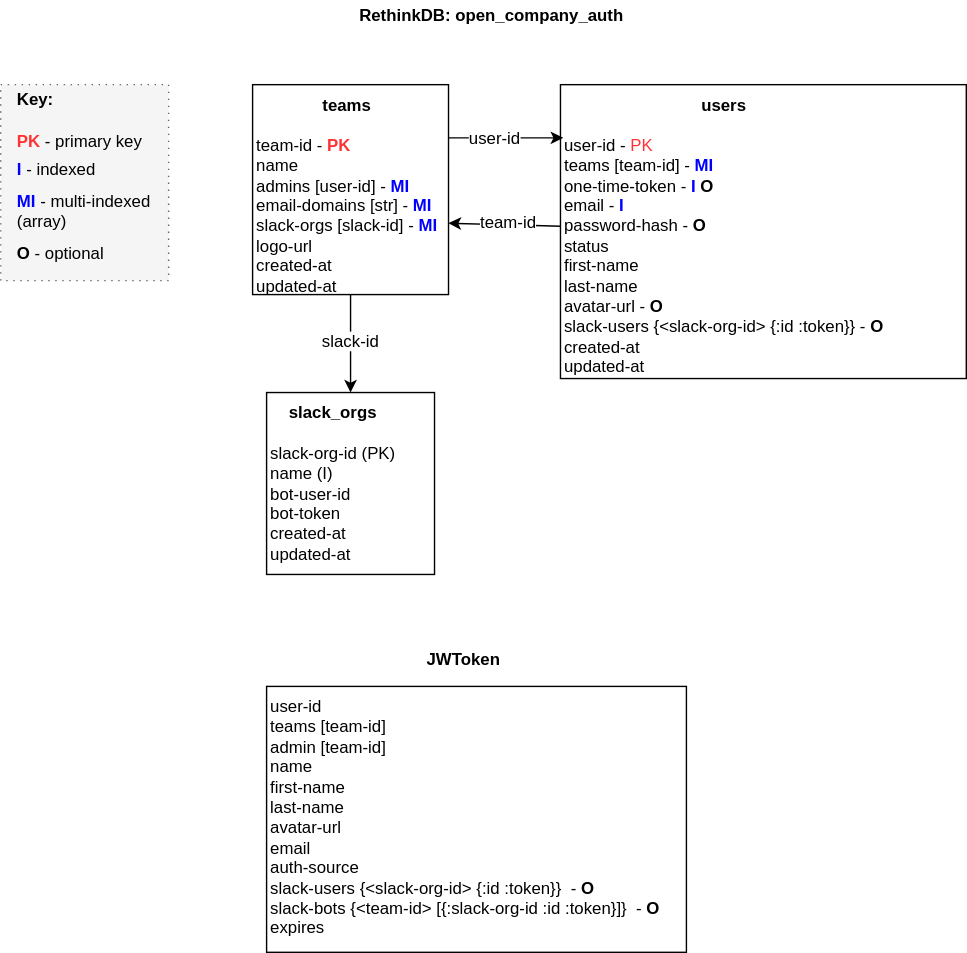
The draw.io diagram docs/OC-Auth-Schema.svg in open-company/open-company-auth, before a commit. Source tidied: cells renumbered, new cells last; positions are measured from the earlier drawing's top-left corner, leaving out a move shared by most shapes.
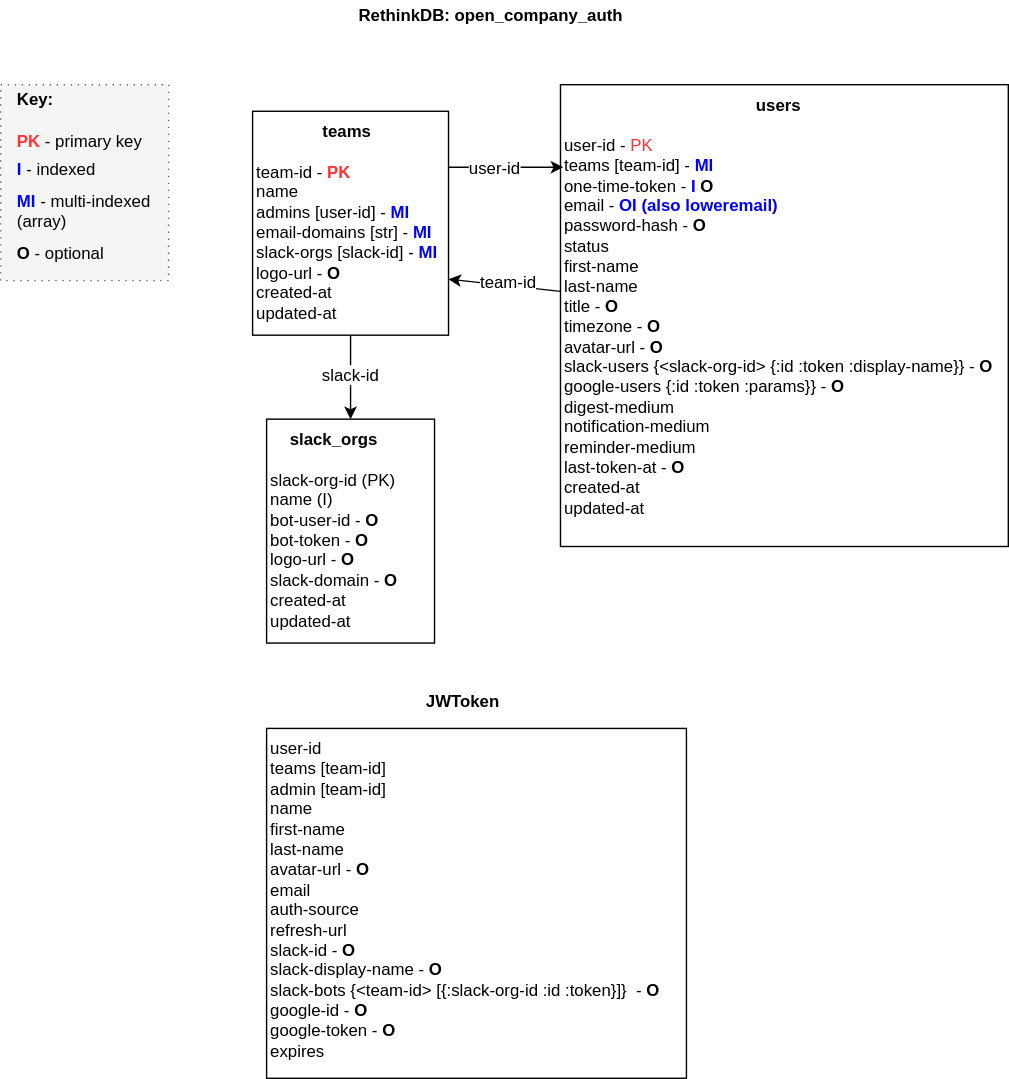
Later version of the same file.

Commit message:
Adjusted user settings.

What changed in the source:
```diff
@@ -5,11 +5,11 @@
     <mxCell id="2" style="whiteSpace=wrap;html=1;fontSize=12;fontColor=#000000;align=left;fillColor=#f5f5f5;strokeColor=#666666;dashed=1;dashPattern=1 4;" parent="1" vertex="1">
       <mxGeometry y="60" width="120" height="140" as="geometry" />
     </mxCell>
-    <mxCell id="3" value="&lt;div style=&quot;text-align: center&quot;&gt;&lt;font color=&quot;#000000&quot;&gt;&lt;b&gt;teams&lt;/b&gt;&lt;/font&gt;&lt;/div&gt;&lt;div&gt;&lt;font color=&quot;#000000&quot;&gt;&lt;br&gt;&lt;/font&gt;&lt;/div&gt;&lt;div&gt;&lt;font color=&quot;#000000&quot;&gt;team-id -&amp;nbsp;&lt;/font&gt;&lt;font color=&quot;#ff3333&quot;&gt;&lt;b&gt;PK&lt;/b&gt;&lt;/font&gt;&lt;/div&gt;&lt;div&gt;&lt;font color=&quot;#000000&quot;&gt;name&lt;/font&gt;&lt;/div&gt;&lt;div&gt;&lt;font color=&quot;#000000&quot;&gt;admins [user-id] -&amp;nbsp;&lt;/font&gt;&lt;font color=&quot;#0000ff&quot;&gt;&lt;b&gt;MI&lt;/b&gt;&lt;/font&gt;&lt;/div&gt;&lt;div&gt;email-domains [str] - &lt;b&gt;&lt;font color=&quot;#0000ff&quot;&gt;MI&lt;/font&gt;&lt;/b&gt;&lt;/div&gt;&lt;div&gt;slack-orgs [slack-id] - &lt;b&gt;&lt;font color=&quot;#0000ff&quot;&gt;MI&lt;/font&gt;&lt;/b&gt;&lt;/div&gt;&lt;div&gt;&lt;font color=&quot;#000000&quot;&gt;logo-url&lt;/font&gt;&lt;/div&gt;&lt;div&gt;&lt;font color=&quot;#000000&quot;&gt;created-at&lt;/font&gt;&lt;/div&gt;&lt;div&gt;&lt;font color=&quot;#000000&quot;&gt;updated-at&lt;/font&gt;&lt;/div&gt;" style="whiteSpace=wrap;html=1;fontSize=12;fontColor=#000000;align=left;verticalAlign=top;" parent="1" vertex="1">
-      <mxGeometry x="180" y="60" width="140" height="150" as="geometry" />
+    <mxCell id="3" value="&lt;div style=&quot;text-align: center&quot;&gt;&lt;font color=&quot;#000000&quot;&gt;&lt;b&gt;teams&lt;/b&gt;&lt;/font&gt;&lt;/div&gt;&lt;div&gt;&lt;font color=&quot;#000000&quot;&gt;&lt;br&gt;&lt;/font&gt;&lt;/div&gt;&lt;div&gt;&lt;font color=&quot;#000000&quot;&gt;team-id -&amp;nbsp;&lt;/font&gt;&lt;font color=&quot;#ff3333&quot;&gt;&lt;b&gt;PK&lt;/b&gt;&lt;/font&gt;&lt;/div&gt;&lt;div&gt;&lt;font color=&quot;#000000&quot;&gt;name&lt;/font&gt;&lt;/div&gt;&lt;div&gt;&lt;font color=&quot;#000000&quot;&gt;admins [user-id] -&amp;nbsp;&lt;/font&gt;&lt;font color=&quot;#0000ff&quot;&gt;&lt;b&gt;MI&lt;/b&gt;&lt;/font&gt;&lt;/div&gt;&lt;div&gt;email-domains [str] - &lt;b&gt;&lt;font color=&quot;#0000ff&quot;&gt;MI&lt;/font&gt;&lt;/b&gt;&lt;/div&gt;&lt;div&gt;slack-orgs [slack-id] - &lt;b&gt;&lt;font color=&quot;#0000ff&quot;&gt;MI&lt;/font&gt;&lt;/b&gt;&lt;/div&gt;&lt;div&gt;&lt;font color=&quot;#000000&quot;&gt;logo-url - &lt;b&gt;O&lt;/b&gt;&lt;br&gt;&lt;/font&gt;&lt;/div&gt;&lt;div&gt;&lt;font color=&quot;#000000&quot;&gt;created-at&lt;/font&gt;&lt;/div&gt;&lt;div&gt;&lt;font color=&quot;#000000&quot;&gt;updated-at&lt;/font&gt;&lt;/div&gt;" style="whiteSpace=wrap;html=1;fontSize=12;fontColor=#000000;align=left;verticalAlign=top;" parent="1" vertex="1">
+      <mxGeometry x="180" y="79" width="140" height="160" as="geometry" />
     </mxCell>
-    <mxCell id="4" value="&lt;div style=&quot;text-align: center&quot;&gt;&lt;div style=&quot;text-align: center&quot;&gt;&lt;b&gt;users&lt;/b&gt;&lt;/div&gt;&lt;div style=&quot;text-align: left&quot;&gt;&lt;br&gt;&lt;/div&gt;&lt;div style=&quot;text-align: left&quot;&gt;user-id - &lt;font color=&quot;#ff3333&quot;&gt;PK&lt;/font&gt;&lt;/div&gt;&lt;div style=&quot;text-align: left&quot;&gt;teams [team-id] - &lt;font color=&quot;#0000ff&quot;&gt;&lt;b&gt;MI&lt;/b&gt;&lt;/font&gt;&lt;/div&gt;&lt;div style=&quot;text-align: left&quot;&gt;one-time-token - &lt;font color=&quot;#0000ff&quot;&gt;&lt;b&gt;I&lt;/b&gt;&lt;/font&gt; &lt;b&gt;O&lt;/b&gt;&lt;/div&gt;&lt;div style=&quot;text-align: left&quot;&gt;email - &lt;b&gt;&lt;font color=&quot;#0000ff&quot;&gt;I&lt;/font&gt;&lt;/b&gt;&lt;/div&gt;&lt;div style=&quot;text-align: left&quot;&gt;password-hash -&amp;nbsp;&lt;b&gt;O&lt;/b&gt;&lt;/div&gt;&lt;div style=&quot;text-align: left&quot;&gt;status&lt;/div&gt;&lt;div style=&quot;text-align: left&quot;&gt;first-name&lt;/div&gt;&lt;div style=&quot;text-align: left&quot;&gt;last-name&lt;/div&gt;&lt;div style=&quot;text-align: left&quot;&gt;avatar-url - &lt;b&gt;O&lt;/b&gt;&lt;/div&gt;&lt;div style=&quot;text-align: left&quot;&gt;slack-users {&amp;lt;slack-org-id&amp;gt; {:id :token}}&lt;span&gt;&amp;nbsp;-&amp;nbsp;&lt;/span&gt;&lt;b&gt;O&lt;/b&gt;&lt;/div&gt;&lt;div style=&quot;text-align: left&quot;&gt;created-at&lt;/div&gt;&lt;div style=&quot;text-align: left&quot;&gt;updated-at&lt;/div&gt;&lt;/div&gt;" style="whiteSpace=wrap;html=1;fontSize=12;fontColor=#000000;align=left;verticalAlign=top;" parent="1" vertex="1">
-      <mxGeometry x="400" y="60" width="290" height="210" as="geometry" />
+    <mxCell id="4" value="&lt;div style=&quot;text-align: center&quot;&gt;&lt;div style=&quot;text-align: center&quot;&gt;&lt;b&gt;users&lt;/b&gt;&lt;/div&gt;&lt;div style=&quot;text-align: left&quot;&gt;&lt;br&gt;&lt;/div&gt;&lt;div style=&quot;text-align: left&quot;&gt;user-id - &lt;font color=&quot;#ff3333&quot;&gt;PK&lt;/font&gt;&lt;/div&gt;&lt;div style=&quot;text-align: left&quot;&gt;teams [team-id] - &lt;font color=&quot;#0000ff&quot;&gt;&lt;b&gt;MI&lt;/b&gt;&lt;/font&gt;&lt;/div&gt;&lt;div style=&quot;text-align: left&quot;&gt;one-time-token - &lt;font color=&quot;#0000ff&quot;&gt;&lt;b&gt;I&lt;/b&gt;&lt;/font&gt; &lt;b&gt;O&lt;/b&gt;&lt;/div&gt;&lt;div style=&quot;text-align: left&quot;&gt;email - &lt;b&gt;&lt;font color=&quot;#0000ff&quot;&gt;OI (also loweremail)&lt;br&gt;&lt;/font&gt;&lt;/b&gt;&lt;/div&gt;&lt;div style=&quot;text-align: left&quot;&gt;password-hash -&amp;nbsp;&lt;b&gt;O&lt;/b&gt;&lt;/div&gt;&lt;div style=&quot;text-align: left&quot;&gt;status&lt;/div&gt;&lt;div style=&quot;text-align: left&quot;&gt;first-name&lt;/div&gt;&lt;div style=&quot;text-align: left&quot;&gt;last-name&lt;/div&gt;&lt;div style=&quot;text-align: left&quot;&gt;title - &lt;b&gt;O&lt;/b&gt;&lt;br&gt;&lt;/div&gt;&lt;div style=&quot;text-align: left&quot;&gt;timezone - &lt;b&gt;O&lt;/b&gt;&lt;br&gt;&lt;/div&gt;&lt;div style=&quot;text-align: left&quot;&gt;avatar-url - &lt;b&gt;O&lt;/b&gt;&lt;/div&gt;&lt;div style=&quot;text-align: left&quot;&gt;slack-users {&amp;lt;slack-org-id&amp;gt; {:id :token :display-name}}&lt;span&gt;&amp;nbsp;-&amp;nbsp;&lt;/span&gt;&lt;b&gt;O&lt;/b&gt;&lt;/div&gt;&lt;div style=&quot;text-align: left&quot;&gt;&lt;div&gt;google-users {:id :token :params}}&lt;span&gt;&amp;nbsp;-&amp;nbsp;&lt;/span&gt;&lt;b&gt;O&lt;/b&gt;&lt;/div&gt;digest-medium&lt;br&gt;&lt;/div&gt;&lt;div style=&quot;text-align: left&quot;&gt;notification-medium&lt;/div&gt;&lt;div style=&quot;text-align: left&quot;&gt;reminder-medium&lt;/div&gt;&lt;div style=&quot;text-align: left&quot;&gt;last-token-at - &lt;b&gt;O&lt;/b&gt;&lt;br&gt;&lt;/div&gt;&lt;div style=&quot;text-align: left&quot;&gt;created-at&lt;/div&gt;&lt;div style=&quot;text-align: left&quot;&gt;updated-at&lt;/div&gt;&lt;/div&gt;" style="whiteSpace=wrap;html=1;fontSize=12;fontColor=#000000;align=left;verticalAlign=top;" parent="1" vertex="1">
+      <mxGeometry x="400" y="60" width="320" height="330" as="geometry" />
     </mxCell>
     <mxCell id="5" style="endArrow=classic;html=1;strokeColor=#000000;fontSize=12;fontColor=#000000;exitX=1;exitY=0.25;entryX=0.007;entryY=0.18;entryPerimeter=0;" parent="1" edge="1" source="3" target="4">
       <mxGeometry relative="1" as="geometry" />
@@ -19,14 +19,14 @@
         <mxPoint x="-4" y="-4" as="offset" />
       </mxGeometry>
     </mxCell>
-    <mxCell id="7" style="endArrow=classic;html=1;strokeColor=#000000;fontSize=12;fontColor=#000000;entryX=1;entryY=0.66;entryPerimeter=0;" parent="1" edge="1" source="4" target="3">
+    <mxCell id="7" style="endArrow=classic;html=1;strokeColor=#000000;fontSize=12;fontColor=#000000;entryX=1;entryY=0.75;" parent="1" edge="1" source="4" target="3">
       <mxGeometry relative="1" as="geometry" />
     </mxCell>
     <mxCell id="8" value="team-id" style="text;html=1;align=center;verticalAlign=middle;labelBackgroundColor=#ffffff;fontSize=12;fontColor=#000000;" parent="7" vertex="1">
       <mxGeometry x="-0.04" y="-3" relative="1" as="geometry" />
     </mxCell>
-    <mxCell id="9" value="&lt;div style=&quot;text-align: center&quot;&gt;&lt;font color=&quot;#000000&quot;&gt;&lt;b&gt;slack_orgs&lt;/b&gt;&lt;/font&gt;&lt;/div&gt;&lt;div&gt;&lt;font color=&quot;#000000&quot;&gt;&lt;br&gt;&lt;/font&gt;&lt;/div&gt;&lt;div&gt;&lt;font color=&quot;#000000&quot;&gt;slack-org-id (PK)&lt;/font&gt;&lt;/div&gt;&lt;div&gt;&lt;font color=&quot;#000000&quot;&gt;name (I)&lt;/font&gt;&lt;/div&gt;&lt;div&gt;&lt;span&gt;bot-user-id&lt;/span&gt;&lt;br&gt;&lt;/div&gt;&lt;div&gt;&lt;span&gt;bot-token&lt;/span&gt;&lt;/div&gt;&lt;div&gt;&lt;font color=&quot;#000000&quot;&gt;created-at&lt;/font&gt;&lt;/div&gt;&lt;div&gt;&lt;font color=&quot;#000000&quot;&gt;updated-at&lt;/font&gt;&lt;/div&gt;" style="whiteSpace=wrap;html=1;fontSize=12;fontColor=#000000;align=left;verticalAlign=top;" parent="1" vertex="1">
-      <mxGeometry x="190" y="280" width="120" height="130" as="geometry" />
+    <mxCell id="9" value="&lt;div style=&quot;text-align: center&quot;&gt;&lt;font color=&quot;#000000&quot;&gt;&lt;b&gt;slack_orgs&lt;/b&gt;&lt;/font&gt;&lt;/div&gt;&lt;div&gt;&lt;font color=&quot;#000000&quot;&gt;&lt;br&gt;&lt;/font&gt;&lt;/div&gt;&lt;div&gt;&lt;font color=&quot;#000000&quot;&gt;slack-org-id (PK)&lt;/font&gt;&lt;/div&gt;&lt;div&gt;&lt;font color=&quot;#000000&quot;&gt;name (I)&lt;/font&gt;&lt;/div&gt;&lt;div&gt;&lt;span&gt;bot-user-id - &lt;b&gt;O&lt;/b&gt;&lt;/span&gt;&lt;br&gt;&lt;/div&gt;&lt;div&gt;&lt;span&gt;bot-token - &lt;b&gt;O&lt;/b&gt;&lt;br&gt;&lt;/span&gt;&lt;/div&gt;&lt;div&gt;&lt;span&gt;logo-url - &lt;b&gt;O&lt;/b&gt;&lt;br&gt;&lt;/span&gt;&lt;/div&gt;&lt;div&gt;&lt;span&gt;slack-domain - &lt;b&gt;O&lt;/b&gt;&lt;br&gt;&lt;/span&gt;&lt;/div&gt;&lt;div&gt;&lt;font color=&quot;#000000&quot;&gt;created-at&lt;/font&gt;&lt;/div&gt;&lt;div&gt;&lt;font color=&quot;#000000&quot;&gt;updated-at&lt;/font&gt;&lt;/div&gt;" style="whiteSpace=wrap;html=1;fontSize=12;fontColor=#000000;align=left;verticalAlign=top;" parent="1" vertex="1">
+      <mxGeometry x="190" y="299" width="120" height="160" as="geometry" />
     </mxCell>
     <mxCell id="10" style="endArrow=classic;html=1;strokeColor=#000000;fontSize=12;fontColor=#000000;" parent="1" edge="1" source="3" target="9">
       <mxGeometry relative="1" as="geometry" />
@@ -59,10 +59,10 @@
       <mxGeometry x="225" width="250" height="20" as="geometry" />
     </mxCell>
     <mxCell id="20" value="&lt;div style=&quot;text-align: left&quot;&gt;&lt;b&gt;JWToken&lt;/b&gt;&lt;/div&gt;" style="text;html=1;strokeColor=none;fillColor=none;align=center;verticalAlign=middle;whiteSpace=wrap;dashed=1;dashPattern=1 4;fontSize=12;fontColor=#000000;" parent="1" vertex="1">
-      <mxGeometry x="205" y="460" width="250" height="20" as="geometry" />
+      <mxGeometry x="205" y="490" width="250" height="20" as="geometry" />
     </mxCell>
-    <mxCell id="21" value="&lt;div&gt;user-id&lt;/div&gt;&lt;div&gt;teams [team-id]&lt;/div&gt;&lt;div&gt;admin [team-id]&lt;/div&gt;&lt;div&gt;name&lt;/div&gt;&lt;div&gt;first-name&lt;/div&gt;&lt;div&gt;last-name&lt;/div&gt;&lt;div&gt;avatar-url&lt;/div&gt;&lt;div&gt;email&lt;/div&gt;&lt;div&gt;auth-source&lt;/div&gt;&lt;div&gt;&lt;span&gt;slack-users {&amp;lt;slack-org-id&amp;gt; {:id :token}}&amp;nbsp;&lt;/span&gt;&lt;span&gt;&amp;nbsp;-&amp;nbsp;&lt;/span&gt;&lt;b&gt;O&lt;/b&gt;&lt;/div&gt;&lt;div&gt;&lt;span&gt;slack-bots {&amp;lt;team-id&amp;gt; [{:slack-org-id :id :token}]} &amp;nbsp;-&amp;nbsp;&lt;/span&gt;&lt;b&gt;O&lt;/b&gt;&lt;br&gt;&lt;/div&gt;&lt;div&gt;expires&lt;/div&gt;" style="whiteSpace=wrap;html=1;fontSize=12;fontColor=#000000;align=left;verticalAlign=top;" parent="1" vertex="1">
-      <mxGeometry x="190" y="490" width="300" height="190" as="geometry" />
+    <mxCell id="21" value="&lt;div&gt;user-id&lt;/div&gt;&lt;div&gt;teams [team-id]&lt;/div&gt;&lt;div&gt;admin [team-id]&lt;/div&gt;&lt;div&gt;name&lt;/div&gt;&lt;div&gt;first-name&lt;/div&gt;&lt;div&gt;last-name&lt;/div&gt;&lt;div&gt;avatar-url - &lt;b&gt;O&lt;/b&gt;&lt;br&gt;&lt;/div&gt;&lt;div&gt;email&lt;/div&gt;&lt;div&gt;auth-source&lt;/div&gt;&lt;div&gt;refresh-url&lt;br&gt;&lt;/div&gt;&lt;div&gt;&lt;span&gt;slack-id - &lt;b&gt;O&lt;/b&gt;&lt;/span&gt;&lt;/div&gt;&lt;div&gt;&lt;span&gt;slack-display-name - &lt;b&gt;O&lt;/b&gt;&lt;/span&gt;&lt;/div&gt;&lt;div&gt;&lt;span&gt;slack-bots {&amp;lt;team-id&amp;gt; [{:slack-org-id :id :token}]} &amp;nbsp;-&amp;nbsp;&lt;/span&gt;&lt;b&gt;O&lt;/b&gt;&lt;/div&gt;&lt;div&gt;google-id - &lt;b&gt;O&lt;/b&gt;&lt;/div&gt;&lt;div&gt;google-token - &lt;b&gt;O&lt;/b&gt;&lt;br&gt;&lt;/div&gt;&lt;div&gt;expires&lt;/div&gt;" style="whiteSpace=wrap;html=1;fontSize=12;fontColor=#000000;align=left;verticalAlign=top;" parent="1" vertex="1">
+      <mxGeometry x="190" y="520" width="300" height="250" as="geometry" />
     </mxCell>
     <mxCell id="22" style="edgeStyle=orthogonalEdgeStyle;rounded=0;html=1;exitX=0.5;exitY=0;entryX=0.5;entryY=0;startArrow=classic;startFill=1;endArrow=none;endFill=0;jettySize=auto;orthogonalLoop=1;strokeColor=#FF3333;fontSize=12;fontColor=#000000;" parent="1" edge="1" source="20" target="20">
       <mxGeometry relative="1" as="geometry" />
```
